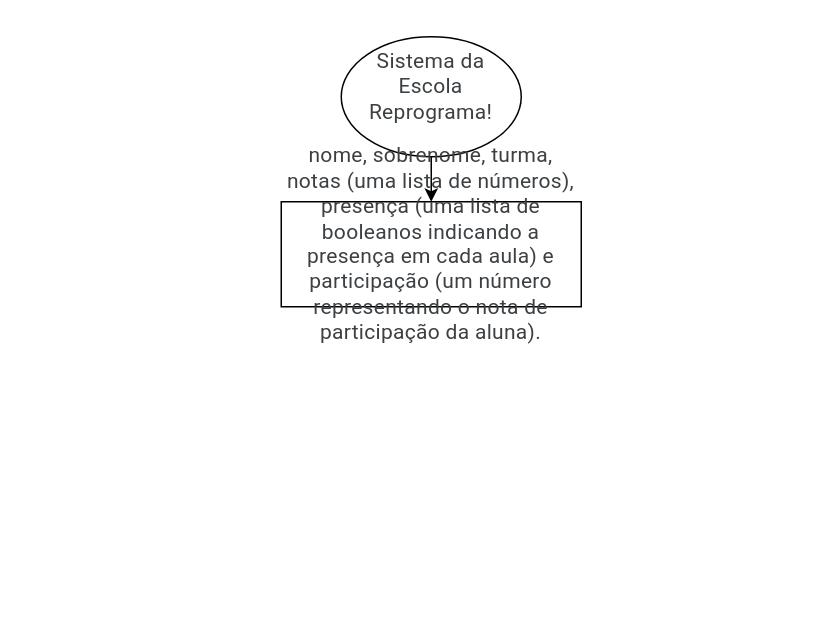
Earlier version of the draw.io diagram exercicios/para-casa/Untitled Diagram.drawio (reprograma/on34-python-s05-projeto-guiado-I). Source tidied: cells renumbered, new cells numbered last; positions are measured from the earlier drawing's top-left corner, leaving out a move shared by most shapes. Both pictures are drawn from the tidied source at 150%, with x=0, y=0 at pixel (280, 36).
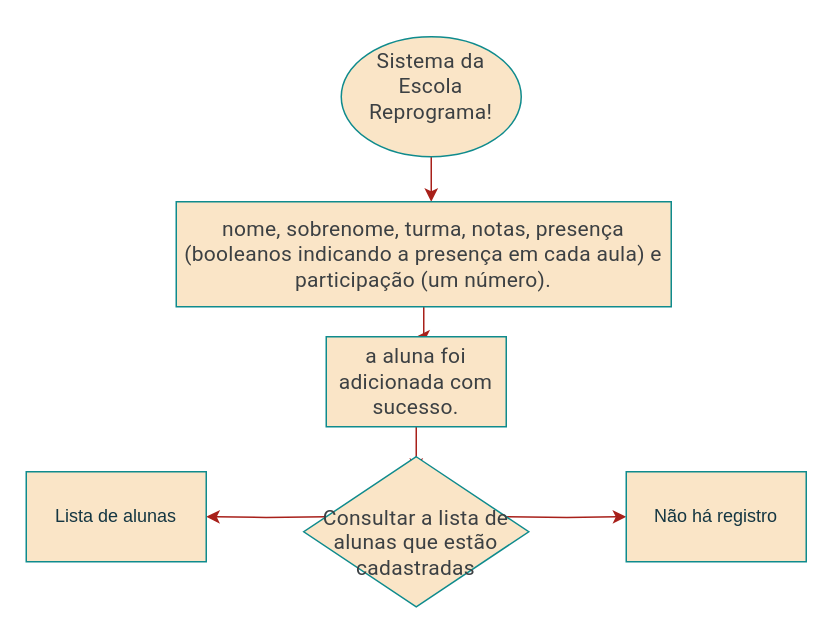
Above is the later version.

Commit message:
inseri bifurca

What changed in the source:
```diff
@@
 <mxGraphModel>
   <root>
     <mxCell id="0" />
     <mxCell id="1" parent="0" />
-    <mxCell id="2" style="edgeStyle=orthogonalEdgeStyle;rounded=0;jettySize=auto;html=1;exitX=0.5;exitY=1;exitDx=0;exitDy=0;" parent="1" edge="1" source="3">
+    <mxCell id="2" style="edgeStyle=orthogonalEdgeStyle;rounded=0;jettySize=auto;html=1;exitX=0.5;exitY=1;exitDx=0;exitDy=0;labelBackgroundColor=none;strokeColor=#A8201A;fontColor=default;" parent="1" edge="1" source="3">
       <mxGeometry relative="1" as="geometry">
         <mxPoint x="100" y="110" as="targetPoint" />
       </mxGeometry>
     </mxCell>
-    <mxCell id="3" value="&#10;&lt;span style=&quot;color: rgb(60, 64, 67); font-family: Roboto, Arial, sans-serif; font-size: 14px; font-style: normal; font-variant-ligatures: normal; font-variant-caps: normal; font-weight: 400; letter-spacing: 0.2px; orphans: 2; text-align: start; text-indent: 0px; text-transform: none; widows: 2; word-spacing: 0px; -webkit-text-stroke-width: 0px; white-space: normal; text-decoration-thickness: initial; text-decoration-style: initial; text-decoration-color: initial; display: inline !important; float: none;&quot;&gt;Sistema da Escola Reprograma!&lt;/span&gt;&#10;&#10;" style="ellipse;whiteSpace=wrap;html=1;" parent="1" vertex="1">
+    <mxCell id="3" value="&#10;&lt;span style=&quot;color: rgb(60, 64, 67); font-family: Roboto, Arial, sans-serif; font-size: 14px; font-style: normal; font-variant-ligatures: normal; font-variant-caps: normal; font-weight: 400; letter-spacing: 0.2px; orphans: 2; text-align: start; text-indent: 0px; text-transform: none; widows: 2; word-spacing: 0px; -webkit-text-stroke-width: 0px; white-space: normal; text-decoration-thickness: initial; text-decoration-style: initial; text-decoration-color: initial; display: inline !important; float: none;&quot;&gt;Sistema da Escola Reprograma!&lt;/span&gt;&#10;&#10;" style="ellipse;whiteSpace=wrap;html=1;labelBackgroundColor=none;fillColor=#FAE5C7;strokeColor=#0F8B8D;fontColor=#143642;" parent="1" vertex="1">
       <mxGeometry x="40" width="120" height="80" as="geometry" />
     </mxCell>
+    <mxCell id="5" style="edgeStyle=orthogonalEdgeStyle;rounded=0;jettySize=auto;html=1;labelBackgroundColor=none;strokeColor=#A8201A;fontColor=default;" parent="1" edge="1" source="4" target="7">
+      <mxGeometry relative="1" as="geometry" />
+    </mxCell>
-    <mxCell id="4" value="&#10;&lt;span style=&quot;color: rgb(60, 64, 67); font-family: Roboto, Arial, sans-serif; font-size: 14px; font-style: normal; font-variant-ligatures: normal; font-variant-caps: normal; font-weight: 400; letter-spacing: 0.2px; orphans: 2; text-align: left; text-indent: 0px; text-transform: none; widows: 2; word-spacing: 0px; -webkit-text-stroke-width: 0px; white-space: normal; text-decoration-thickness: initial; text-decoration-style: initial; text-decoration-color: initial; display: inline !important; float: none;&quot;&gt;nome, sobrenome, turma, notas (uma lista de números), presença (uma lista de booleanos indicando a presença em cada aula) e participação (um número representando o nota de participação da aluna).&lt;/span&gt;&#10;&#10;" style="rounded=0;whiteSpace=wrap;html=1;" parent="1" vertex="1">
-      <mxGeometry y="110" width="200" height="70" as="geometry" />
+    <mxCell id="4" value="&lt;br&gt;&lt;span style=&quot;color: rgb(60, 64, 67); font-family: Roboto, Arial, sans-serif; font-size: 14px; font-style: normal; font-variant-ligatures: normal; font-variant-caps: normal; font-weight: 400; letter-spacing: 0.2px; orphans: 2; text-align: left; text-indent: 0px; text-transform: none; widows: 2; word-spacing: 0px; -webkit-text-stroke-width: 0px; white-space: normal; text-decoration-thickness: initial; text-decoration-style: initial; text-decoration-color: initial; display: inline !important; float: none;&quot;&gt;nome, sobrenome, turma, notas, presença (booleanos indicando a presença em cada aula) e participação (um número).&lt;/span&gt;&lt;div&gt;&lt;br/&gt;&lt;/div&gt;" style="rounded=0;whiteSpace=wrap;html=1;labelBackgroundColor=none;fillColor=#FAE5C7;strokeColor=#0F8B8D;fontColor=#143642;" parent="1" vertex="1">
+      <mxGeometry x="-70" y="110" width="330" height="70" as="geometry" />
     </mxCell>
+    <mxCell id="6" style="edgeStyle=orthogonalEdgeStyle;rounded=0;jettySize=auto;html=1;labelBackgroundColor=none;strokeColor=#A8201A;fontColor=default;" parent="1" edge="1" source="7">
+      <mxGeometry relative="1" as="geometry">
+        <mxPoint x="90" y="290" as="targetPoint" />
+      </mxGeometry>
+    </mxCell>
+    <mxCell id="7" value="&lt;span style=&quot;color: rgb(60, 64, 67); font-family: Roboto, Arial, sans-serif; font-size: 14px; letter-spacing: 0.2px; text-align: left;&quot;&gt;a aluna foi adicionada com sucesso.&lt;/span&gt;" style="whiteSpace=wrap;html=1;rounded=0;labelBackgroundColor=none;fillColor=#FAE5C7;strokeColor=#0F8B8D;fontColor=#143642;" parent="1" vertex="1">
+      <mxGeometry x="30" y="200" width="120" height="60" as="geometry" />
+    </mxCell>
+    <mxCell id="8" style="edgeStyle=orthogonalEdgeStyle;rounded=0;jettySize=auto;html=1;labelBackgroundColor=none;strokeColor=#A8201A;fontColor=default;" parent="1" edge="1" target="10">
+      <mxGeometry relative="1" as="geometry">
+        <mxPoint x="30" y="320" as="sourcePoint" />
+      </mxGeometry>
+    </mxCell>
+    <mxCell id="9" style="edgeStyle=orthogonalEdgeStyle;rounded=0;jettySize=auto;html=1;labelBackgroundColor=none;strokeColor=#A8201A;fontColor=default;" parent="1" edge="1" target="11">
+      <mxGeometry relative="1" as="geometry">
+        <mxPoint x="150" y="320" as="sourcePoint" />
+      </mxGeometry>
+    </mxCell>
+    <mxCell id="10" value="Lista de alunas" style="whiteSpace=wrap;html=1;rounded=0;labelBackgroundColor=none;fillColor=#FAE5C7;strokeColor=#0F8B8D;fontColor=#143642;" parent="1" vertex="1">
+      <mxGeometry x="-170" y="290" width="120" height="60" as="geometry" />
+    </mxCell>
+    <mxCell id="11" value="Não há registro" style="whiteSpace=wrap;html=1;rounded=0;labelBackgroundColor=none;fillColor=#FAE5C7;strokeColor=#0F8B8D;fontColor=#143642;" parent="1" vertex="1">
+      <mxGeometry x="230" y="290" width="120" height="60" as="geometry" />
+    </mxCell>
+    <mxCell id="12" value="&lt;br&gt;&lt;span style=&quot;color: rgb(60, 64, 67); font-family: Roboto, Arial, sans-serif; font-size: 14px; letter-spacing: 0.2px; text-align: start;&quot;&gt;Consultar a lista de alunas que estão cadastradas&lt;/span&gt;" style="rhombus;whiteSpace=wrap;html=1;labelBackgroundColor=none;fillColor=#FAE5C7;strokeColor=#0F8B8D;fontColor=#143642;" parent="1" vertex="1">
+      <mxGeometry x="15" y="280" width="150" height="100" as="geometry" />
+    </mxCell>
   </root>
 </mxGraphModel>
```
